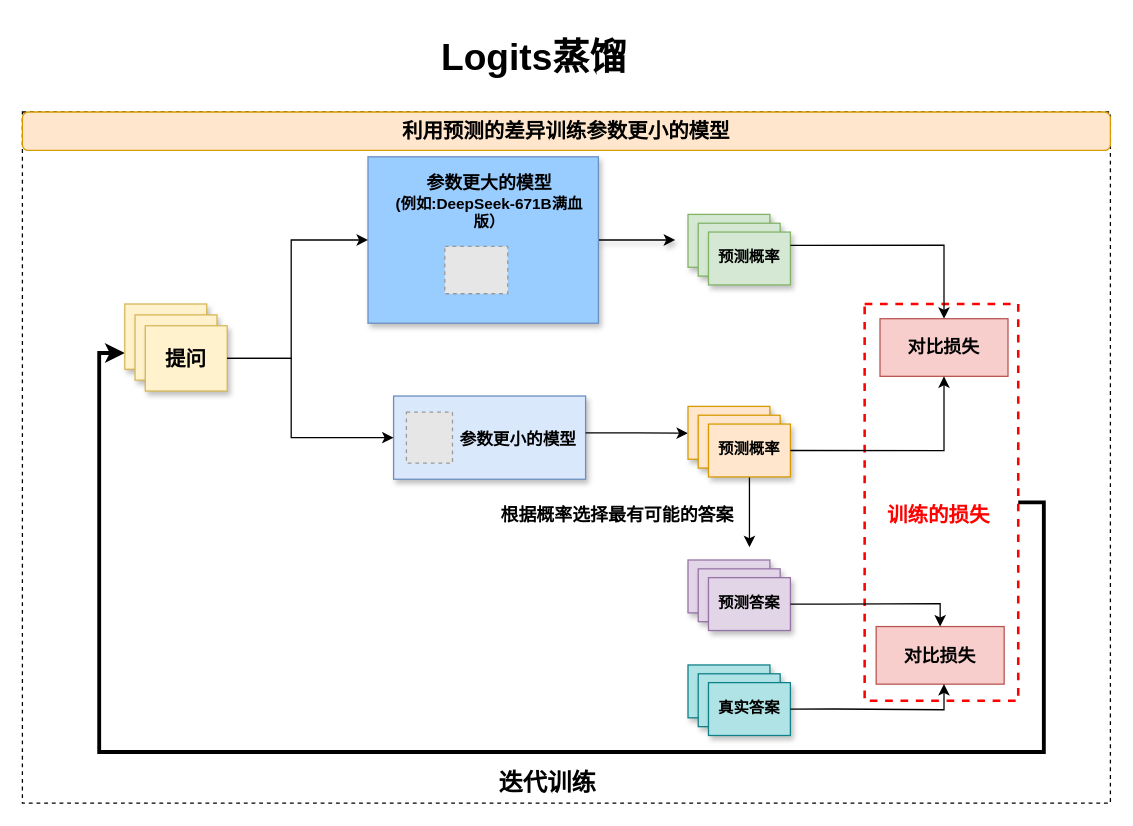
Earlier version of the draw.io diagram assets/概率分布蒸馏.drawio (ShizhongP/dl-notes). Source tidied: cells renumbered, new cells numbered last; positions are measured from the earlier drawing's top-left corner, leaving out a move shared by most shapes. Both pictures are drawn from the tidied source at 128%, with x=0, y=0 at pixel (22, 22). Pictures stored in the file or linked from it are replaced by grey dashed boxes.
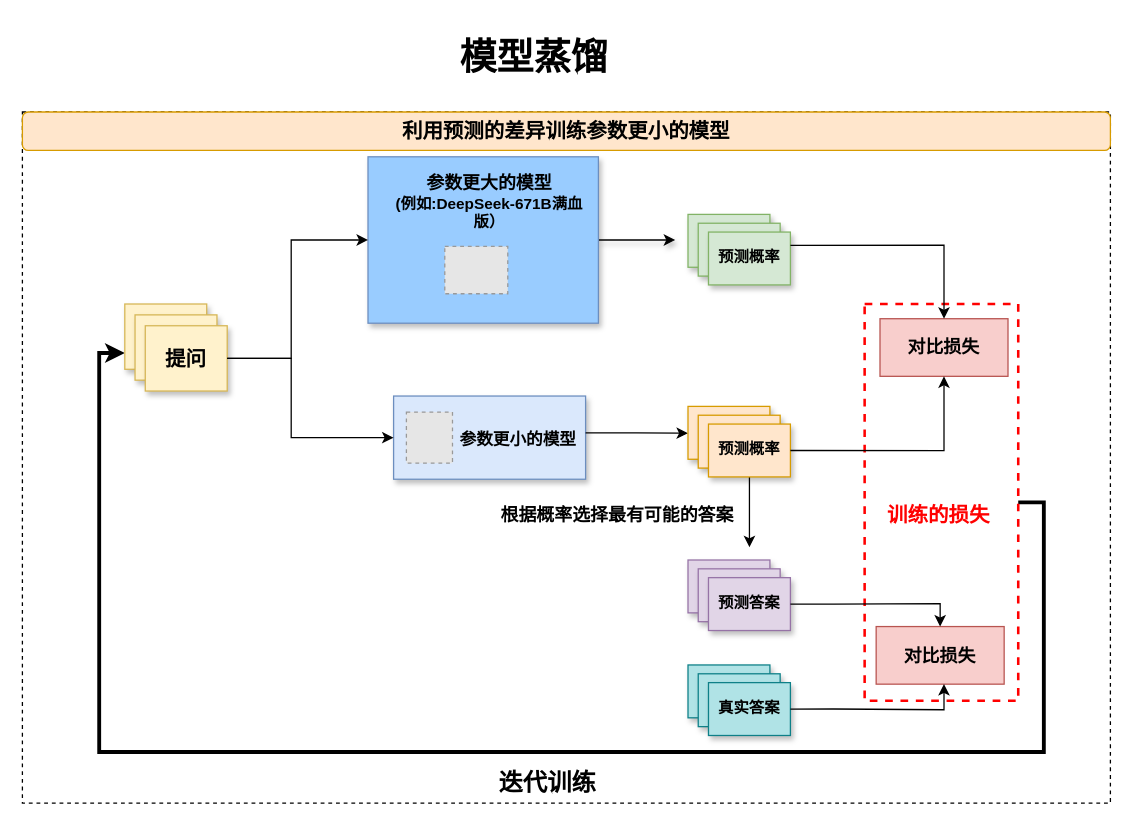
After the change.

Commit message:
更新概率分布蒸馏.drawio

Diff of the diagram source:
```diff
@@
-    <mxCell id="9" value="&lt;font style=&quot;font-size: 29px;&quot;&gt;&lt;b&gt;&lt;font&gt;Logits蒸馏&lt;/font&gt;&lt;/b&gt;&lt;/font&gt;" style="text;html=1;align=center;verticalAlign=middle;whiteSpace=wrap;rounded=0;" parent="1" vertex="1">
+    <mxCell id="9" value="&lt;font style=&quot;font-size: 29px;&quot;&gt;&lt;b&gt;&lt;font&gt;模型蒸馏&lt;/font&gt;&lt;/b&gt;&lt;/font&gt;" style="text;html=1;align=center;verticalAlign=middle;whiteSpace=wrap;rounded=0;" parent="1" vertex="1">
       <mxGeometry x="270" width="260" height="55" as="geometry" />
     </mxCell>
```
